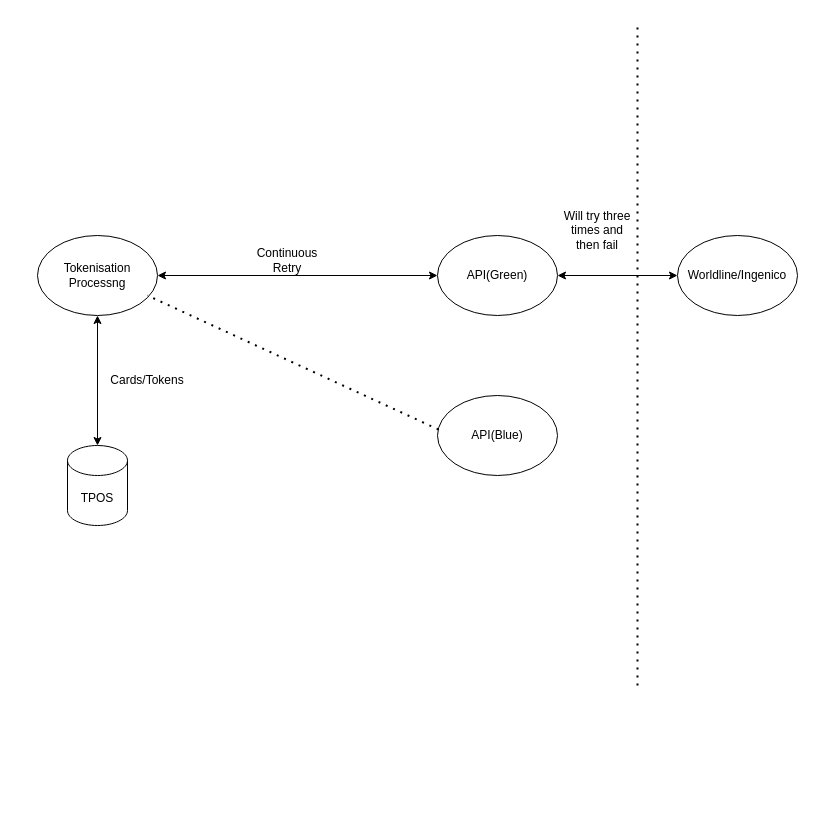
This is Untitled Diagram.drawio from mattwatts36/drawings, a draw.io file, before an edit. Source tidied: cells renumbered, new cells numbered last; positions are measured from the earlier drawing's top-left corner, leaving out a move shared by most shapes. Both pictures are drawn from the tidied source at 100%, with x=0, y=0 at pixel (37, 25).
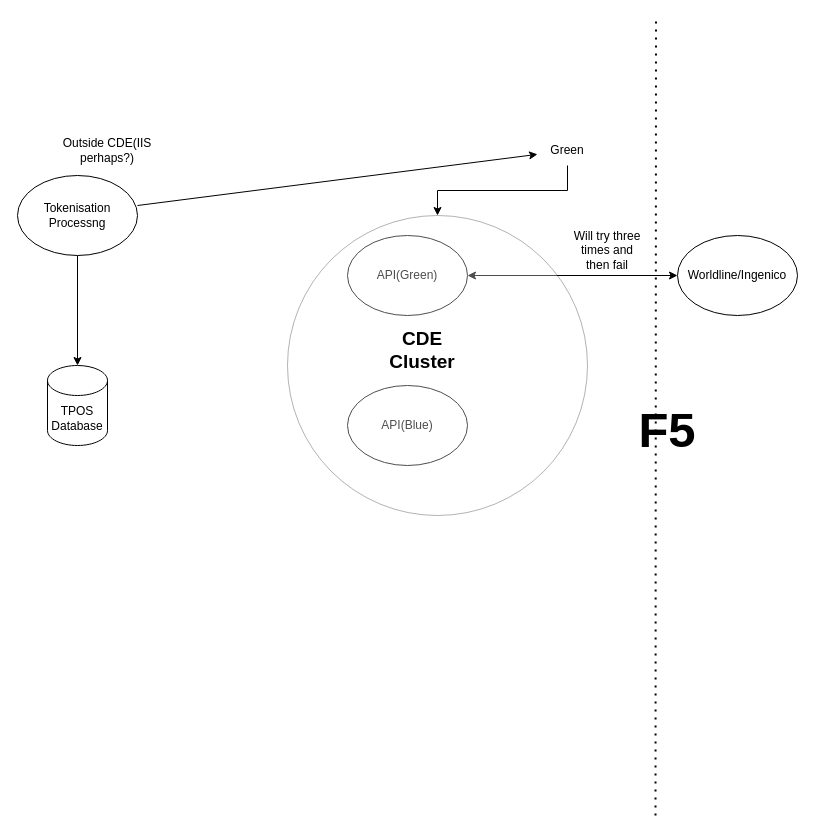
After the change.

Commit message:
Added CDE cluster

The edit, as a diff of the source:
```diff
@@
 <mxGraphModel>
   <root>
     <mxCell id="0" />
     <mxCell id="1" parent="0" />
-    <mxCell id="2" value="Tokenisation Processng" style="ellipse;whiteSpace=wrap;html=1;" parent="1" vertex="1">
-      <mxGeometry y="210" width="120" height="80" as="geometry" />
-    </mxCell>
-    <mxCell id="3" value="TPOS" style="shape=cylinder3;whiteSpace=wrap;html=1;boundedLbl=1;backgroundOutline=1;size=15;" parent="1" vertex="1">
-      <mxGeometry x="30" y="420" width="60" height="80" as="geometry" />
+    <mxCell id="3" value="TPOS Database" style="shape=cylinder3;whiteSpace=wrap;html=1;boundedLbl=1;backgroundOutline=1;size=15;" parent="1" vertex="1">
+      <mxGeometry x="10" y="340" width="60" height="80" as="geometry" />
     </mxCell>
-    <mxCell id="4" style="endArrow=classic;startArrow=classic;html=1;rounded=0;exitX=0.5;exitY=0;exitDx=0;exitDy=0;exitPerimeter=0;entryX=0.5;entryY=1;entryDx=0;entryDy=0;entryPerimeter=0;" parent="1" edge="1" source="3" target="2">
-      <mxGeometry relative="1" as="geometry" />
-    </mxCell>
-    <mxCell id="5" value="Cards/Tokens" style="text;html=1;strokeColor=none;fillColor=none;align=center;verticalAlign=middle;whiteSpace=wrap;rounded=0;" parent="1" vertex="1">
-      <mxGeometry x="80" y="340" width="60" height="30" as="geometry" />
-    </mxCell>
     <mxCell id="6" value="API(Green)" style="ellipse;whiteSpace=wrap;html=1;" parent="1" vertex="1">
-      <mxGeometry x="400" y="210" width="120" height="80" as="geometry" />
+      <mxGeometry x="310" y="210" width="120" height="80" as="geometry" />
     </mxCell>
-    <mxCell id="7" style="endArrow=classic;startArrow=classic;html=1;rounded=0;entryX=0;entryY=0.5;entryDx=0;entryDy=0;" parent="1" edge="1" target="6">
-      <mxGeometry relative="1" as="geometry">
-        <mxPoint x="120" y="250" as="sourcePoint" />
-      </mxGeometry>
-    </mxCell>
-    <mxCell id="8" value="Continuous Retry" style="text;html=1;strokeColor=none;fillColor=none;align=center;verticalAlign=middle;whiteSpace=wrap;rounded=0;" parent="1" vertex="1">
-      <mxGeometry x="220" y="220" width="60" height="30" as="geometry" />
-    </mxCell>
-    <mxCell id="9" style="endArrow=none;dashed=1;html=1;dashPattern=1 3;strokeWidth=2;rounded=0;" parent="1" edge="1">
-      <mxGeometry relative="1" as="geometry">
-        <mxPoint x="600" y="660" as="sourcePoint" />
-        <mxPoint x="600" as="targetPoint" />
-      </mxGeometry>
-    </mxCell>
     <mxCell id="10" value="Worldline/Ingenico" style="ellipse;whiteSpace=wrap;html=1;" parent="1" vertex="1">
       <mxGeometry x="640" y="210" width="120" height="80" as="geometry" />
     </mxCell>
     <mxCell id="11" style="endArrow=classic;startArrow=classic;html=1;rounded=0;exitX=1;exitY=0.5;exitDx=0;exitDy=0;entryX=0;entryY=0.5;entryDx=0;entryDy=0;" parent="1" edge="1" source="6" target="10">
       <mxGeometry relative="1" as="geometry" />
     </mxCell>
     <mxCell id="12" value="Will try three times and then fail" style="text;html=1;strokeColor=none;fillColor=none;align=center;verticalAlign=middle;whiteSpace=wrap;rounded=0;" parent="1" vertex="1">
-      <mxGeometry x="520" y="190" width="80" height="30" as="geometry" />
+      <mxGeometry x="530" y="210" width="80" height="30" as="geometry" />
     </mxCell>
     <mxCell id="13" value="API(Blue)" style="ellipse;whiteSpace=wrap;html=1;" parent="1" vertex="1">
-      <mxGeometry x="400" y="370" width="120" height="80" as="geometry" />
+      <mxGeometry x="310" y="360" width="120" height="80" as="geometry" />
     </mxCell>
-    <mxCell id="14" style="endArrow=none;dashed=1;html=1;dashPattern=1 3;strokeWidth=2;rounded=0;exitX=0.008;exitY=0.425;exitDx=0;exitDy=0;exitPerimeter=0;" parent="1" edge="1" source="13">
-      <mxGeometry relative="1" as="geometry">
-        <mxPoint x="110" y="270" as="targetPoint" />
-      </mxGeometry>
-    </mxCell>
+    <mxCell id="15" style="edgeStyle=orthogonalEdgeStyle;rounded=0;jettySize=auto;html=1;" parent="1" edge="1" source="2" target="3">
+      <mxGeometry relative="1" as="geometry" />
+    </mxCell>
+    <mxCell id="2" value="Tokenisation Processng" style="ellipse;whiteSpace=wrap;html=1;" parent="1" vertex="1">
+      <mxGeometry x="-20" y="150" width="120" height="80" as="geometry" />
+    </mxCell>
+    <mxCell id="16" style="edgeStyle=orthogonalEdgeStyle;rounded=0;jettySize=auto;html=1;" parent="1" edge="1" source="17" target="21">
+      <mxGeometry relative="1" as="geometry" />
+    </mxCell>
+    <mxCell id="17" value="Green" style="text;html=1;strokeColor=none;fillColor=none;align=center;verticalAlign=middle;whiteSpace=wrap;rounded=0;" parent="1" vertex="1">
+      <mxGeometry x="500" y="110" width="60" height="30" as="geometry" />
+    </mxCell>
+    <mxCell id="18" style="endArrow=classic;html=1;rounded=0;" parent="1" edge="1" target="17">
+      <mxGeometry relative="1" as="geometry">
+        <mxPoint x="100" y="180" as="sourcePoint" />
+      </mxGeometry>
+    </mxCell>
+    <mxCell id="19" style="endArrow=none;dashed=1;html=1;dashPattern=1 3;strokeWidth=2;rounded=0;" parent="1" edge="1">
+      <mxGeometry relative="1" as="geometry">
+        <mxPoint x="618" y="790" as="sourcePoint" />
+        <mxPoint x="618.5" y="-7.5" as="targetPoint" />
+      </mxGeometry>
+    </mxCell>
+    <mxCell id="20" value="F5" style="text;html=1;strokeColor=none;fillColor=none;align=center;verticalAlign=middle;whiteSpace=wrap;rounded=0;fontStyle=1;fontSize=49;" parent="1" vertex="1">
+      <mxGeometry x="600" y="390" width="60" height="30" as="geometry" />
+    </mxCell>
+    <mxCell id="21" style="ellipse;whiteSpace=wrap;html=1;opacity=30;" parent="1" vertex="1">
+      <mxGeometry x="250" y="190" width="300" height="300" as="geometry" />
+    </mxCell>
+    <mxCell id="22" value="CDE Cluster" style="text;html=1;strokeColor=none;fillColor=none;align=center;verticalAlign=middle;whiteSpace=wrap;rounded=0;fontStyle=1;fontSize=19;" parent="1" vertex="1">
+      <mxGeometry x="350" y="310" width="70" height="30" as="geometry" />
+    </mxCell>
+    <mxCell id="23" value="Outside CDE(IIS perhaps?)" style="text;html=1;strokeColor=none;fillColor=none;align=center;verticalAlign=middle;whiteSpace=wrap;rounded=0;" parent="1" vertex="1">
+      <mxGeometry x="20" y="110" width="100" height="30" as="geometry" />
+    </mxCell>
   </root>
 </mxGraphModel>
```
